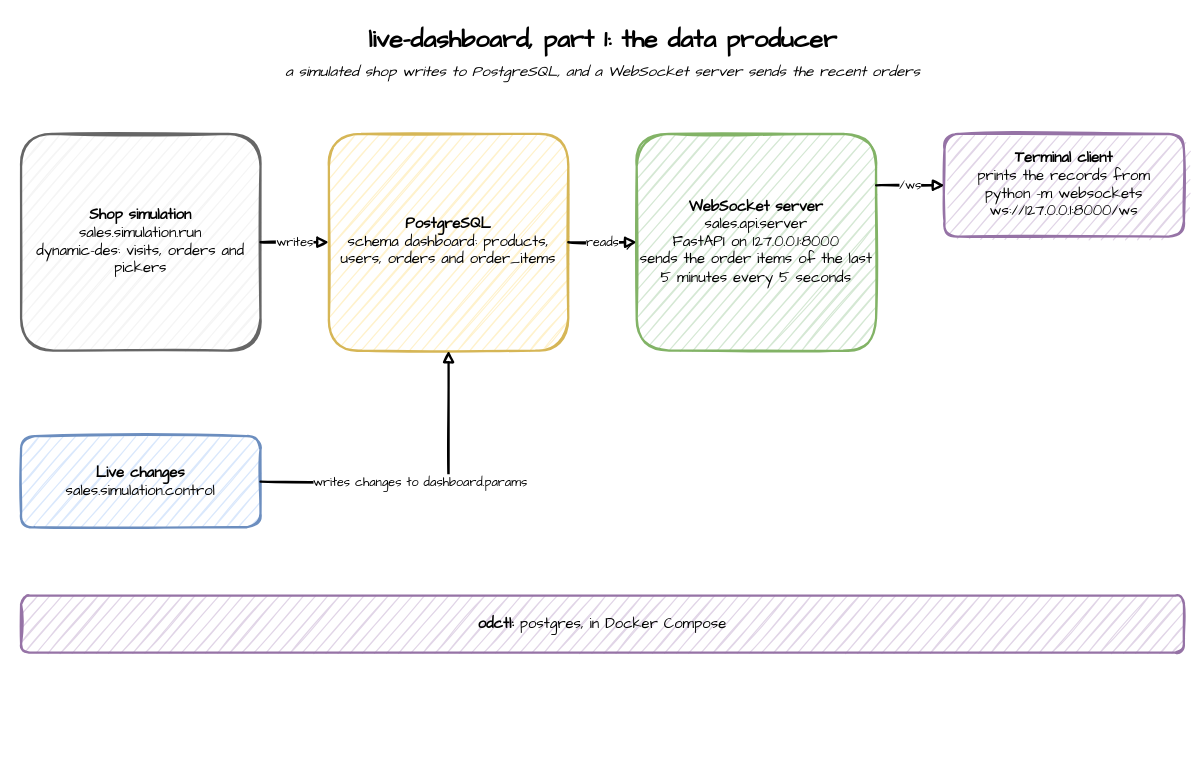
Above: live-dashboard/images/part-1.drawio in jaehyeon-kim/benchtop (draw.io), before the change. Source tidied: cells renumbered, new cells numbered last; positions are measured from the earlier drawing's top-left corner, leaving out a move shared by most shapes. Both pictures are drawn from the tidied source at 114%, with x=0, y=0 at pixel (21, 19).
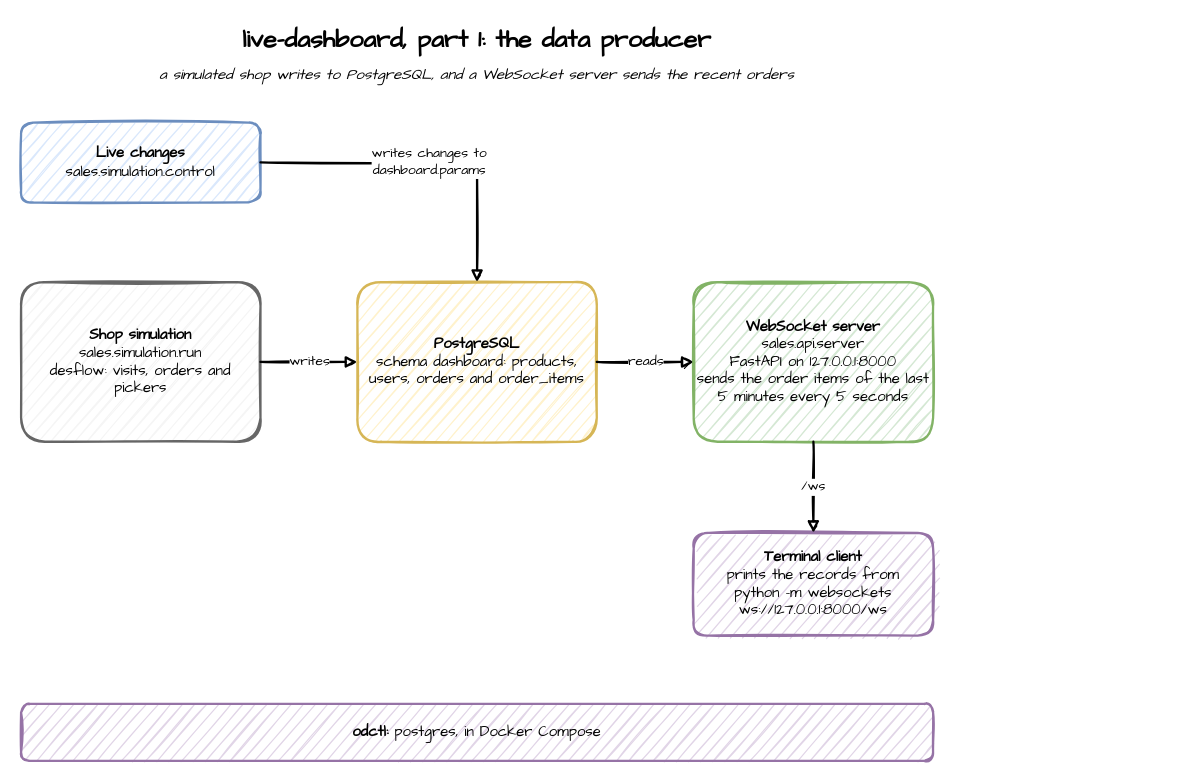
The same page after the edit.

Diff of the diagram source:
```diff
@@
 <mxGraphModel>
   <root>
     <mxCell id="0" />
     <mxCell id="1" parent="0" />
-    <mxCell id="2" value="live-dashboard, part 1: the data producer" style="text;html=1;align=center;verticalAlign=middle;fontFamily=Comic Sans MS;fontSize=22;fontStyle=1;strokeColor=none;fillColor=none;" parent="1" vertex="1">
-      <mxGeometry width="1020" height="36" as="geometry" />
+    <mxCell id="2" value="live-dashboard, part 1: the data producer" style="text;html=1;align=center;verticalAlign=middle;whiteSpace=wrap;fontFamily=Comic Sans MS;fontSize=22;fontStyle=1;strokeColor=none;fillColor=none;" parent="1" vertex="1">
+      <mxGeometry width="800" height="36" as="geometry" />
     </mxCell>
-    <mxCell id="3" value="a simulated shop writes to PostgreSQL, and a WebSocket server sends the recent orders" style="text;html=1;align=center;verticalAlign=middle;fontFamily=Comic Sans MS;fontSize=13;fontStyle=2;strokeColor=none;fillColor=none;" parent="1" vertex="1">
-      <mxGeometry y="34" width="1020" height="24" as="geometry" />
+    <mxCell id="3" value="a simulated shop writes to PostgreSQL, and a WebSocket server sends the recent orders" style="text;html=1;align=center;verticalAlign=middle;whiteSpace=wrap;fontFamily=Comic Sans MS;fontSize=13;fontStyle=2;strokeColor=none;fillColor=none;" parent="1" vertex="1">
+      <mxGeometry y="36" width="800" height="24" as="geometry" />
     </mxCell>
+    <mxCell id="7" value="&lt;b&gt;Live changes&lt;/b&gt;&lt;br&gt;sales.simulation.control" style="sketch=1;fontFamily=Comic Sans MS;strokeWidth=2;html=1;rounded=1;whiteSpace=wrap;fontSize=13;fillColor=#dae8fc;strokeColor=#6c8ebf;" parent="1" vertex="1">
+      <mxGeometry y="90" width="210" height="70" as="geometry" />
+    </mxCell>
-    <mxCell id="4" value="&lt;b&gt;Shop simulation&lt;/b&gt;&lt;br&gt;sales.simulation.run&lt;br&gt;dynamic-des: visits, orders and pickers" style="sketch=1;fontFamily=Comic Sans MS;strokeWidth=2;html=1;rounded=1;whiteSpace=wrap;fontSize=13;fillColor=#f5f5f5;strokeColor=#666666;" parent="1" vertex="1">
-      <mxGeometry y="100" width="210" height="190" as="geometry" />
+    <mxCell id="4" value="&lt;b&gt;Shop simulation&lt;/b&gt;&lt;br&gt;sales.simulation.run&lt;br&gt;desflow: visits, orders and pickers" style="sketch=1;fontFamily=Comic Sans MS;strokeWidth=2;html=1;rounded=1;whiteSpace=wrap;fontSize=13;fillColor=#f5f5f5;strokeColor=#666666;" parent="1" vertex="1">
+      <mxGeometry y="230" width="210" height="140" as="geometry" />
     </mxCell>
     <mxCell id="5" value="&lt;b&gt;PostgreSQL&lt;/b&gt;&lt;br&gt;schema dashboard: products, users, orders and order_items" style="sketch=1;fontFamily=Comic Sans MS;strokeWidth=2;html=1;rounded=1;whiteSpace=wrap;fontSize=13;fillColor=#fff2cc;strokeColor=#d6b656;" parent="1" vertex="1">
-      <mxGeometry x="270" y="100" width="210" height="190" as="geometry" />
+      <mxGeometry x="295" y="230" width="210" height="140" as="geometry" />
     </mxCell>
     <mxCell id="6" value="&lt;b&gt;WebSocket server&lt;/b&gt;&lt;br&gt;sales.api.server&lt;br&gt;FastAPI on 127.0.0.1:8000&lt;br&gt;sends the order items of the last 5 minutes every 5 seconds" style="sketch=1;fontFamily=Comic Sans MS;strokeWidth=2;html=1;rounded=1;whiteSpace=wrap;fontSize=13;fillColor=#d5e8d4;strokeColor=#82b366;" parent="1" vertex="1">
-      <mxGeometry x="540" y="100" width="210" height="190" as="geometry" />
+      <mxGeometry x="590" y="230" width="210" height="140" as="geometry" />
     </mxCell>
-    <mxCell id="7" value="&lt;b&gt;Live changes&lt;/b&gt;&lt;br&gt;sales.simulation.control" style="sketch=1;fontFamily=Comic Sans MS;strokeWidth=2;html=1;rounded=1;whiteSpace=wrap;fontSize=13;fillColor=#dae8fc;strokeColor=#6c8ebf;" parent="1" vertex="1">
-      <mxGeometry y="365" width="210" height="80" as="geometry" />
-    </mxCell>
-    <mxCell id="8" value="&lt;b&gt;odctl:&lt;/b&gt; postgres, in Docker Compose" style="sketch=1;fontFamily=Comic Sans MS;strokeWidth=2;html=1;rounded=1;whiteSpace=wrap;fontSize=13;fillColor=#e1d5e7;strokeColor=#9673a6;" parent="1" vertex="1">
-      <mxGeometry y="505" width="1020" height="50" as="geometry" />
-    </mxCell>
-    <mxCell id="9" value="&lt;b&gt;Terminal client&lt;/b&gt;&lt;br&gt;prints the records from&lt;br&gt;python -m websockets&lt;br&gt;ws://127.0.0.1:8000/ws" style="sketch=1;fontFamily=Comic Sans MS;strokeWidth=2;html=1;rounded=1;whiteSpace=wrap;fontSize=13;fillColor=#e1d5e7;strokeColor=#9673a6;" parent="1" vertex="1">
-      <mxGeometry x="810" y="100" width="210" height="90" as="geometry" />
-    </mxCell>
-    <mxCell id="10" value="writes" style="sketch=1;fontFamily=Comic Sans MS;strokeWidth=2;html=1;edgeStyle=orthogonalEdgeStyle;rounded=0;endArrow=block;endFill=1;fontSize=11;labelBackgroundColor=#ffffff;exitX=1;exitY=0.5;entryX=0;entryY=0.5;" parent="1" edge="1" source="4" target="5">
+    <mxCell id="10" value="writes" style="sketch=1;fontFamily=Comic Sans MS;strokeWidth=2;html=1;edgeStyle=orthogonalEdgeStyle;rounded=0;endArrow=block;endFill=1;fontSize=12;labelBackgroundColor=#ffffff;exitX=1;exitY=0.5;entryX=0;entryY=0.5;" parent="1" edge="1" source="4" target="5">
       <mxGeometry relative="1" as="geometry" />
     </mxCell>
-    <mxCell id="11" value="reads" style="sketch=1;fontFamily=Comic Sans MS;strokeWidth=2;html=1;edgeStyle=orthogonalEdgeStyle;rounded=0;endArrow=block;endFill=1;fontSize=11;labelBackgroundColor=#ffffff;exitX=1;exitY=0.5;entryX=0;entryY=0.5;" parent="1" edge="1" source="5" target="6">
+    <mxCell id="11" value="reads" style="sketch=1;fontFamily=Comic Sans MS;strokeWidth=2;html=1;edgeStyle=orthogonalEdgeStyle;rounded=0;endArrow=block;endFill=1;fontSize=12;labelBackgroundColor=#ffffff;exitX=1;exitY=0.5;entryX=0;entryY=0.5;" parent="1" edge="1" source="5" target="6">
       <mxGeometry relative="1" as="geometry" />
     </mxCell>
-    <mxCell id="12" value="writes changes to dashboard.params" style="sketch=1;fontFamily=Comic Sans MS;strokeWidth=2;html=1;edgeStyle=orthogonalEdgeStyle;rounded=0;endArrow=block;endFill=1;fontSize=11;labelBackgroundColor=#ffffff;exitX=1;exitY=0.5;entryX=0.5;entryY=1;" parent="1" edge="1" source="7" target="5">
+    <mxCell id="12" value="writes changes to&lt;br&gt;dashboard.params" style="sketch=1;fontFamily=Comic Sans MS;strokeWidth=2;html=1;edgeStyle=orthogonalEdgeStyle;rounded=0;endArrow=block;endFill=1;fontSize=12;labelBackgroundColor=#ffffff;exitX=1;exitY=0.5;entryX=0.5;entryY=0;" parent="1" edge="1" source="7" target="5">
       <mxGeometry relative="1" as="geometry" />
     </mxCell>
+    <mxCell id="9" value="&lt;b&gt;Terminal client&lt;/b&gt;&lt;br&gt;prints the records from&lt;br&gt;python -m websockets&lt;br&gt;ws://127.0.0.1:8000/ws" style="sketch=1;fontFamily=Comic Sans MS;strokeWidth=2;html=1;rounded=1;whiteSpace=wrap;fontSize=13;fillColor=#e1d5e7;strokeColor=#9673a6;" parent="1" vertex="1">
+      <mxGeometry x="590" y="450" width="210" height="90" as="geometry" />
+    </mxCell>
-    <mxCell id="13" value="/ws" style="sketch=1;fontFamily=Comic Sans MS;strokeWidth=2;html=1;edgeStyle=orthogonalEdgeStyle;rounded=0;endArrow=block;endFill=1;fontSize=11;labelBackgroundColor=#ffffff;exitX=1;exitY=0.237;entryX=0;entryY=0.5;" parent="1" edge="1" source="6" target="9">
+    <mxCell id="13" value="/ws" style="sketch=1;fontFamily=Comic Sans MS;strokeWidth=2;html=1;edgeStyle=orthogonalEdgeStyle;rounded=0;endArrow=block;endFill=1;fontSize=12;labelBackgroundColor=#ffffff;exitX=0.5;exitY=1;entryX=0.5;entryY=0;" parent="1" edge="1" source="6" target="9">
       <mxGeometry relative="1" as="geometry" />
     </mxCell>
+    <mxCell id="8" value="&lt;b&gt;odctl:&lt;/b&gt; postgres, in Docker Compose" style="sketch=1;fontFamily=Comic Sans MS;strokeWidth=2;html=1;rounded=1;whiteSpace=wrap;fontSize=13;fillColor=#e1d5e7;strokeColor=#9673a6;" parent="1" vertex="1">
+      <mxGeometry y="600" width="800" height="50" as="geometry" />
+    </mxCell>
   </root>
 </mxGraphModel>
```
